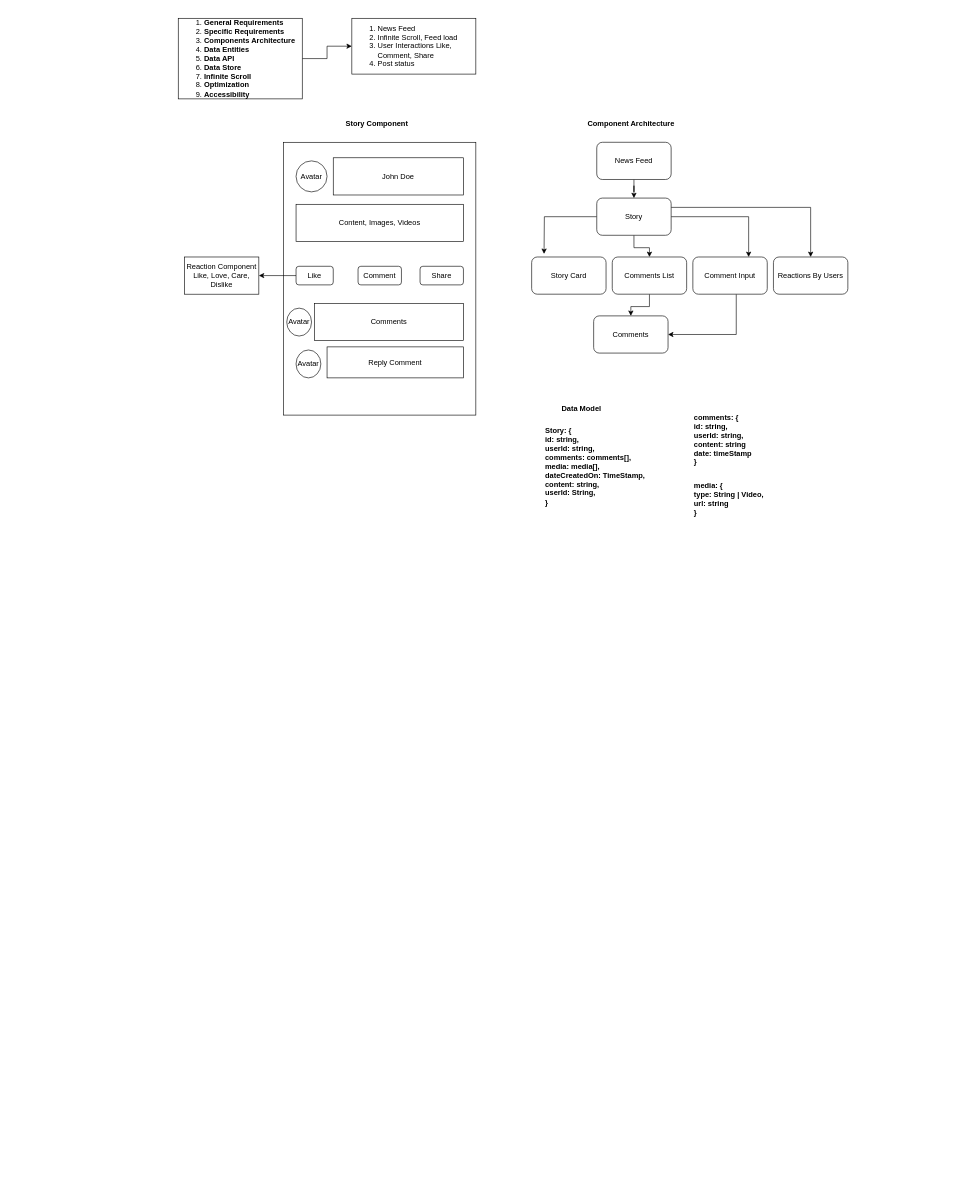
Above: Facebook System Design.drawio in shyamalm88/Front-End-System-Design (draw.io), before the change. Source tidied: cells renumbered, new cells numbered last; positions are measured from the earlier drawing's top-left corner, leaving out a move shared by most shapes. Both pictures are drawn from the tidied source at 62%, with x=0, y=0 at pixel (178, 18).
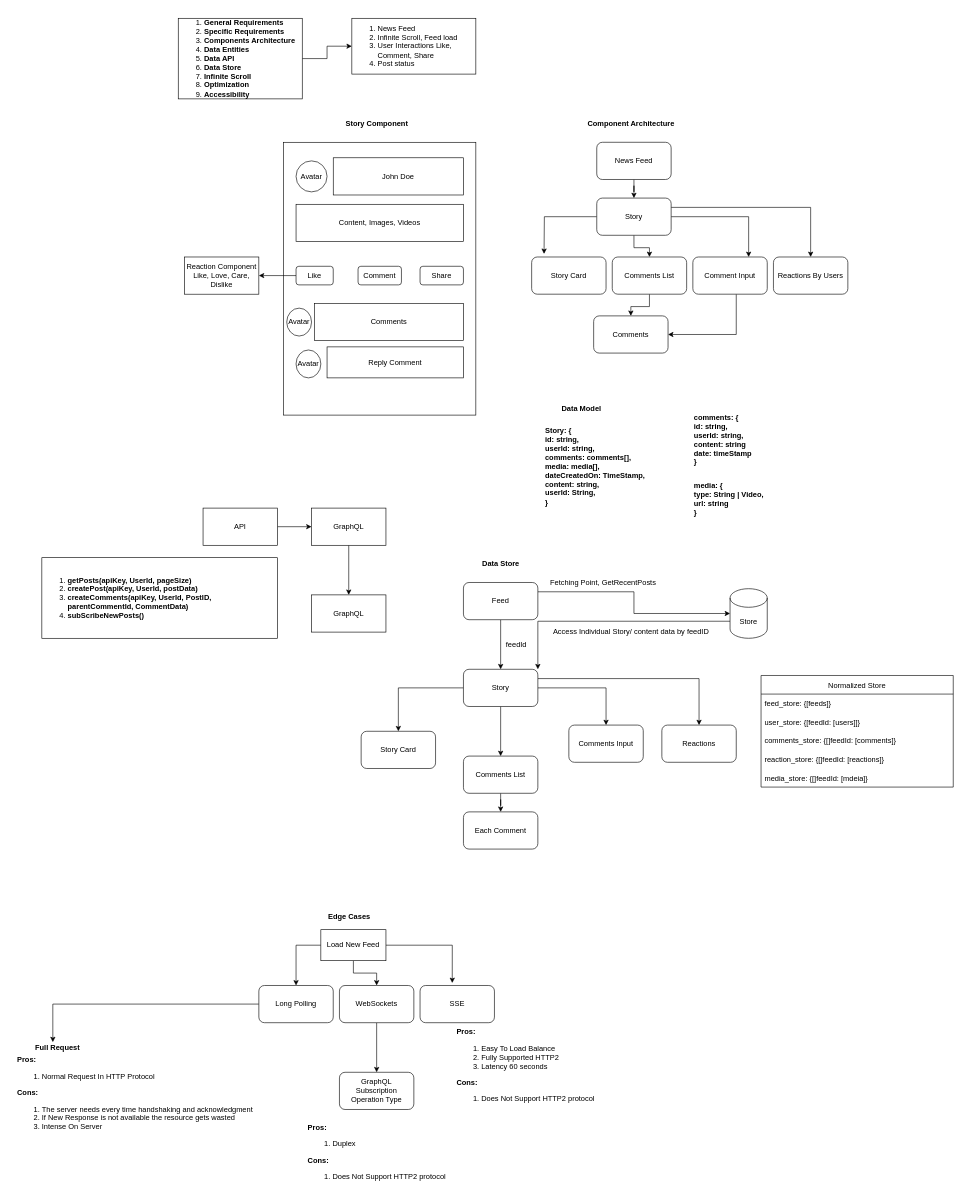
Above is the later version.

Change to the diagram source:
```diff
@@
+    <mxCell id="39" style="edgeStyle=orthogonalEdgeStyle;rounded=0;jettySize=auto;html=1;" parent="1" edge="1" source="40" target="42">
+      <mxGeometry relative="1" as="geometry" />
+    </mxCell>
+    <mxCell id="40" value="API" style="rounded=0;whiteSpace=wrap;html=1;" parent="1" vertex="1">
+      <mxGeometry x="40" y="790" width="120" height="60" as="geometry" />
+    </mxCell>
+    <mxCell id="41" style="edgeStyle=orthogonalEdgeStyle;rounded=0;jettySize=auto;html=1;" parent="1" edge="1" source="42" target="43">
+      <mxGeometry relative="1" as="geometry" />
+    </mxCell>
+    <mxCell id="42" value="GraphQL" style="rounded=0;whiteSpace=wrap;html=1;" parent="1" vertex="1">
+      <mxGeometry x="215" y="790" width="120" height="60" as="geometry" />
+    </mxCell>
+    <mxCell id="43" value="GraphQL" style="rounded=0;whiteSpace=wrap;html=1;" parent="1" vertex="1">
+      <mxGeometry x="215" y="930" width="120" height="60" as="geometry" />
+    </mxCell>
+    <mxCell id="44" value="&lt;b&gt;Data Store&lt;/b&gt;" style="text;html=1;align=center;verticalAlign=middle;strokeColor=none;fillColor=none;" parent="1" vertex="1">
+      <mxGeometry x="480" y="870" width="80" height="20" as="geometry" />
+    </mxCell>
+    <mxCell id="45" style="edgeStyle=orthogonalEdgeStyle;rounded=0;jettySize=auto;html=1;" parent="1" edge="1" source="47" target="52">
+      <mxGeometry relative="1" as="geometry" />
+    </mxCell>
+    <mxCell id="46" style="edgeStyle=orthogonalEdgeStyle;rounded=0;jettySize=auto;html=1;exitX=1;exitY=0.25;exitDx=0;exitDy=0;entryX=0;entryY=0.5;entryDx=0;entryDy=0;entryPerimeter=0;" parent="1" edge="1" source="47" target="59">
+      <mxGeometry relative="1" as="geometry" />
+    </mxCell>
+    <mxCell id="47" value="Feed" style="rounded=1;whiteSpace=wrap;html=1;" parent="1" vertex="1">
+      <mxGeometry x="460" y="910" width="120" height="60" as="geometry" />
+    </mxCell>
+    <mxCell id="48" style="edgeStyle=orthogonalEdgeStyle;rounded=0;jettySize=auto;html=1;" parent="1" edge="1" source="52" target="53">
+      <mxGeometry relative="1" as="geometry" />
+    </mxCell>
+    <mxCell id="49" style="edgeStyle=orthogonalEdgeStyle;rounded=0;jettySize=auto;html=1;" parent="1" edge="1" source="52" target="55">
+      <mxGeometry relative="1" as="geometry" />
+    </mxCell>
+    <mxCell id="50" style="edgeStyle=orthogonalEdgeStyle;rounded=0;jettySize=auto;html=1;" parent="1" edge="1" source="52" target="56">
+      <mxGeometry relative="1" as="geometry" />
+    </mxCell>
+    <mxCell id="51" style="edgeStyle=orthogonalEdgeStyle;rounded=0;jettySize=auto;html=1;exitX=1;exitY=0.25;exitDx=0;exitDy=0;entryX=0.5;entryY=0;entryDx=0;entryDy=0;" parent="1" edge="1" source="52" target="57">
+      <mxGeometry relative="1" as="geometry" />
+    </mxCell>
+    <mxCell id="52" value="Story" style="rounded=1;whiteSpace=wrap;html=1;" parent="1" vertex="1">
+      <mxGeometry x="460" y="1050" width="120" height="60" as="geometry" />
+    </mxCell>
+    <mxCell id="53" value="Story Card" style="rounded=1;whiteSpace=wrap;html=1;" parent="1" vertex="1">
+      <mxGeometry x="295" y="1150" width="120" height="60" as="geometry" />
+    </mxCell>
+    <mxCell id="54" style="edgeStyle=orthogonalEdgeStyle;rounded=0;jettySize=auto;html=1;" parent="1" edge="1" source="55" target="69">
+      <mxGeometry relative="1" as="geometry" />
+    </mxCell>
+    <mxCell id="55" value="Comments List" style="rounded=1;whiteSpace=wrap;html=1;" parent="1" vertex="1">
+      <mxGeometry x="460" y="1190" width="120" height="60" as="geometry" />
+    </mxCell>
+    <mxCell id="56" value="Comments Input" style="rounded=1;whiteSpace=wrap;html=1;" parent="1" vertex="1">
+      <mxGeometry x="630" y="1140" width="120" height="60" as="geometry" />
+    </mxCell>
+    <mxCell id="57" value="Reactions" style="rounded=1;whiteSpace=wrap;html=1;" parent="1" vertex="1">
+      <mxGeometry x="780" y="1140" width="120" height="60" as="geometry" />
+    </mxCell>
+    <mxCell id="58" style="edgeStyle=orthogonalEdgeStyle;rounded=0;jettySize=auto;html=1;exitX=0;exitY=0;exitDx=0;exitDy=52.5;exitPerimeter=0;entryX=1;entryY=0;entryDx=0;entryDy=0;" parent="1" edge="1" source="59" target="52">
+      <mxGeometry relative="1" as="geometry" />
+    </mxCell>
+    <mxCell id="59" value="Store" style="shape=cylinder3;whiteSpace=wrap;html=1;boundedLbl=1;backgroundOutline=1;size=15;" parent="1" vertex="1">
+      <mxGeometry x="890" y="920" width="60" height="80" as="geometry" />
+    </mxCell>
+    <mxCell id="60" value="Fetching Point, GetRecentPosts" style="text;html=1;align=center;verticalAlign=middle;strokeColor=none;fillColor=none;" parent="1" vertex="1">
+      <mxGeometry x="590" y="900" width="190" height="20" as="geometry" />
+    </mxCell>
+    <mxCell id="61" value="feedId" style="text;html=1;align=center;verticalAlign=middle;strokeColor=none;fillColor=none;" parent="1" vertex="1">
+      <mxGeometry x="520" y="1000" width="50" height="20" as="geometry" />
+    </mxCell>
+    <mxCell id="62" value="Access Individual Story/ content data by feedID" style="text;html=1;align=center;verticalAlign=middle;strokeColor=none;fillColor=none;" parent="1" vertex="1">
+      <mxGeometry x="595" y="980" width="270" height="20" as="geometry" />
+    </mxCell>
+    <mxCell id="63" value="Normalized Store" style="swimlane;fontStyle=0;horizontal=1;startSize=30;" parent="1" vertex="1">
+      <mxGeometry x="940" y="1060" width="310" height="180" as="geometry" />
+    </mxCell>
+    <mxCell id="64" value="feed_store: {[feeds]}" style="text;strokeColor=none;fillColor=none;align=left;verticalAlign=middle;spacingLeft=4;spacingRight=4;overflow=hidden;" parent="63" vertex="1">
+      <mxGeometry y="30" width="310" height="30" as="geometry" />
+    </mxCell>
+    <mxCell id="65" value="user_store: {[feedId: [users]]}" style="text;strokeColor=none;fillColor=none;align=left;verticalAlign=middle;spacingLeft=4;spacingRight=4;overflow=hidden;" parent="63" vertex="1">
+      <mxGeometry y="60" width="310" height="30" as="geometry" />
+    </mxCell>
+    <mxCell id="66" value="comments_store: {[]feedId: [comments]}" style="text;strokeColor=none;fillColor=none;align=left;verticalAlign=middle;spacingLeft=4;spacingRight=4;overflow=hidden;" parent="63" vertex="1">
+      <mxGeometry y="90" width="310" height="30" as="geometry" />
+    </mxCell>
+    <mxCell id="67" value="reaction_store: {[]feedId: [reactions]}" style="text;strokeColor=none;fillColor=none;align=left;verticalAlign=middle;spacingLeft=4;spacingRight=4;overflow=hidden;" parent="63" vertex="1">
+      <mxGeometry y="120" width="310" height="30" as="geometry" />
+    </mxCell>
+    <mxCell id="68" value="media_store: {[]feedId: [mdeia]}" style="text;strokeColor=none;fillColor=none;align=left;verticalAlign=middle;spacingLeft=4;spacingRight=4;overflow=hidden;" parent="63" vertex="1">
+      <mxGeometry y="150" width="310" height="30" as="geometry" />
+    </mxCell>
+    <mxCell id="69" value="Each Comment" style="rounded=1;whiteSpace=wrap;html=1;" parent="1" vertex="1">
+      <mxGeometry x="460" y="1280" width="120" height="60" as="geometry" />
+    </mxCell>
+    <mxCell id="70" value="&lt;b&gt;Edge Cases&lt;/b&gt;" style="text;html=1;align=left;verticalAlign=middle;strokeColor=none;fillColor=none;" parent="1" vertex="1">
+      <mxGeometry x="240" y="1440" width="80" height="20" as="geometry" />
+    </mxCell>
+    <mxCell id="71" style="edgeStyle=orthogonalEdgeStyle;rounded=0;jettySize=auto;html=1;" parent="1" edge="1" source="74" target="78">
+      <mxGeometry relative="1" as="geometry" />
+    </mxCell>
+    <mxCell id="72" style="edgeStyle=orthogonalEdgeStyle;rounded=0;jettySize=auto;html=1;entryX=0.433;entryY=-0.067;entryDx=0;entryDy=0;entryPerimeter=0;" parent="1" edge="1" source="74" target="79">
+      <mxGeometry relative="1" as="geometry" />
+    </mxCell>
+    <mxCell id="73" style="edgeStyle=orthogonalEdgeStyle;rounded=0;jettySize=auto;html=1;exitX=0;exitY=0.5;exitDx=0;exitDy=0;" parent="1" edge="1" source="74" target="76">
+      <mxGeometry relative="1" as="geometry" />
+    </mxCell>
+    <mxCell id="74" value="Load New Feed" style="whiteSpace=wrap;html=1;" parent="1" vertex="1">
+      <mxGeometry x="230" y="1470" width="105" height="50" as="geometry" />
+    </mxCell>
+    <mxCell id="75" style="edgeStyle=orthogonalEdgeStyle;rounded=0;jettySize=auto;html=1;exitX=0;exitY=0.5;exitDx=0;exitDy=0;entryX=0.419;entryY=0.067;entryDx=0;entryDy=0;entryPerimeter=0;" parent="1" edge="1" source="76" target="81">
+      <mxGeometry relative="1" as="geometry" />
+    </mxCell>
+    <mxCell id="76" value="Long Polling" style="rounded=1;whiteSpace=wrap;html=1;" parent="1" vertex="1">
+      <mxGeometry x="130" y="1560" width="120" height="60" as="geometry" />
+    </mxCell>
+    <mxCell id="77" style="edgeStyle=orthogonalEdgeStyle;rounded=0;jettySize=auto;html=1;" parent="1" edge="1" source="78" target="80">
+      <mxGeometry relative="1" as="geometry" />
+    </mxCell>
+    <mxCell id="78" value="WebSockets" style="rounded=1;whiteSpace=wrap;html=1;" parent="1" vertex="1">
+      <mxGeometry x="260" y="1560" width="120" height="60" as="geometry" />
+    </mxCell>
+    <mxCell id="79" value="SSE" style="rounded=1;whiteSpace=wrap;html=1;" parent="1" vertex="1">
+      <mxGeometry x="390" y="1560" width="120" height="60" as="geometry" />
+    </mxCell>
+    <mxCell id="80" value="GraphQL Subscription Operation Type" style="whiteSpace=wrap;html=1;rounded=1;" parent="1" vertex="1">
+      <mxGeometry x="260" y="1700" width="120" height="60" as="geometry" />
+    </mxCell>
+    <mxCell id="81" value="&lt;b&gt;Full Request&lt;/b&gt;" style="text;html=1;align=center;verticalAlign=middle;points=[];strokeColor=none;fillColor=none;" parent="1" vertex="1">
+      <mxGeometry x="-240" y="1650" width="90" height="20" as="geometry" />
+    </mxCell>
+    <mxCell id="82" value="&lt;div style=&quot;text-align: left;&quot;&gt;&lt;b style=&quot;background-color: initial;&quot;&gt;Pros:&lt;/b&gt;&lt;/div&gt;&lt;div style=&quot;text-align: left;&quot;&gt;&lt;ol&gt;&lt;li&gt;&lt;span style=&quot;background-color: initial;&quot;&gt;Normal Request In HTTP Protocol&lt;/span&gt;&lt;/li&gt;&lt;/ol&gt;&lt;/div&gt;&lt;div style=&quot;text-align: left;&quot;&gt;&lt;span style=&quot;background-color: initial;&quot;&gt;&lt;b&gt;Cons:&lt;/b&gt;&amp;nbsp;&lt;/span&gt;&lt;/div&gt;&lt;div style=&quot;text-align: left;&quot;&gt;&lt;ol&gt;&lt;li&gt;&lt;span style=&quot;background-color: initial;&quot;&gt;The server needs every time handshaking and acknowledgment&lt;/span&gt;&lt;/li&gt;&lt;li&gt;&lt;span style=&quot;background-color: initial;&quot;&gt;If New Response is not available the resource gets wasted&lt;/span&gt;&lt;/li&gt;&lt;li&gt;&lt;span style=&quot;background-color: initial;&quot;&gt;Intense On Server&lt;/span&gt;&lt;/li&gt;&lt;/ol&gt;&lt;/div&gt;" style="text;html=1;align=center;verticalAlign=middle;strokeColor=none;fillColor=none;" parent="1" vertex="1">
+      <mxGeometry x="-270" y="1670" width="400" height="140" as="geometry" />
+    </mxCell>
+    <mxCell id="83" value="&lt;div style=&quot;text-align: left;&quot;&gt;&lt;b style=&quot;background-color: initial;&quot;&gt;Pros:&lt;/b&gt;&lt;/div&gt;&lt;div style=&quot;text-align: left;&quot;&gt;&lt;ol&gt;&lt;li&gt;&lt;span style=&quot;background-color: initial;&quot;&gt;Duplex&lt;/span&gt;&lt;/li&gt;&lt;/ol&gt;&lt;/div&gt;&lt;div style=&quot;text-align: left;&quot;&gt;&lt;span style=&quot;background-color: initial;&quot;&gt;&lt;b&gt;Cons:&lt;/b&gt;&amp;nbsp;&lt;/span&gt;&lt;/div&gt;&lt;div style=&quot;text-align: left;&quot;&gt;&lt;ol&gt;&lt;li&gt;Does Not Support HTTP2 protocol&lt;/li&gt;&lt;/ol&gt;&lt;/div&gt;" style="text;html=1;align=center;verticalAlign=middle;strokeColor=none;fillColor=none;" parent="1" vertex="1">
+      <mxGeometry x="200" y="1780" width="240" height="110" as="geometry" />
+    </mxCell>
+    <mxCell id="84" value="&lt;div style=&quot;text-align: left;&quot;&gt;&lt;b style=&quot;background-color: initial;&quot;&gt;Pros:&lt;/b&gt;&lt;/div&gt;&lt;div style=&quot;text-align: left;&quot;&gt;&lt;ol&gt;&lt;li&gt;&lt;span style=&quot;background-color: initial;&quot;&gt;Easy To Load Balance&lt;/span&gt;&lt;/li&gt;&lt;li&gt;&lt;span style=&quot;background-color: initial;&quot;&gt;Fully Supported HTTP2&lt;/span&gt;&lt;/li&gt;&lt;li&gt;&lt;span style=&quot;background-color: initial;&quot;&gt;Latency 60 seconds&lt;/span&gt;&lt;/li&gt;&lt;/ol&gt;&lt;/div&gt;&lt;div style=&quot;text-align: left;&quot;&gt;&lt;span style=&quot;background-color: initial;&quot;&gt;&lt;b&gt;Cons:&lt;/b&gt;&amp;nbsp;&lt;/span&gt;&lt;/div&gt;&lt;div style=&quot;text-align: left;&quot;&gt;&lt;ol&gt;&lt;li&gt;Does Not Support HTTP2 protocol&lt;/li&gt;&lt;/ol&gt;&lt;/div&gt;" style="text;html=1;align=center;verticalAlign=middle;strokeColor=none;fillColor=none;" parent="1" vertex="1">
+      <mxGeometry x="440" y="1625" width="240" height="140" as="geometry" />
+    </mxCell>
+    <mxCell id="85" value="&lt;ol&gt;&lt;li&gt;&lt;b&gt;getPosts(apiKey, UserId, pageSize)&lt;/b&gt;&lt;/li&gt;&lt;li&gt;&lt;b&gt;createPost(apiKey, UserId, postData)&lt;/b&gt;&lt;/li&gt;&lt;li&gt;&lt;b&gt;createComments(apiKey, UserId, PostID, parentCommentId, CommentData)&lt;/b&gt;&lt;/li&gt;&lt;li&gt;&lt;b&gt;subScribeNewPosts()&lt;/b&gt;&lt;/li&gt;&lt;/ol&gt;" style="rounded=0;whiteSpace=wrap;html=1;align=left;" parent="1" vertex="1">
+      <mxGeometry x="-220" y="870" width="380" height="130" as="geometry" />
+    </mxCell>
```
